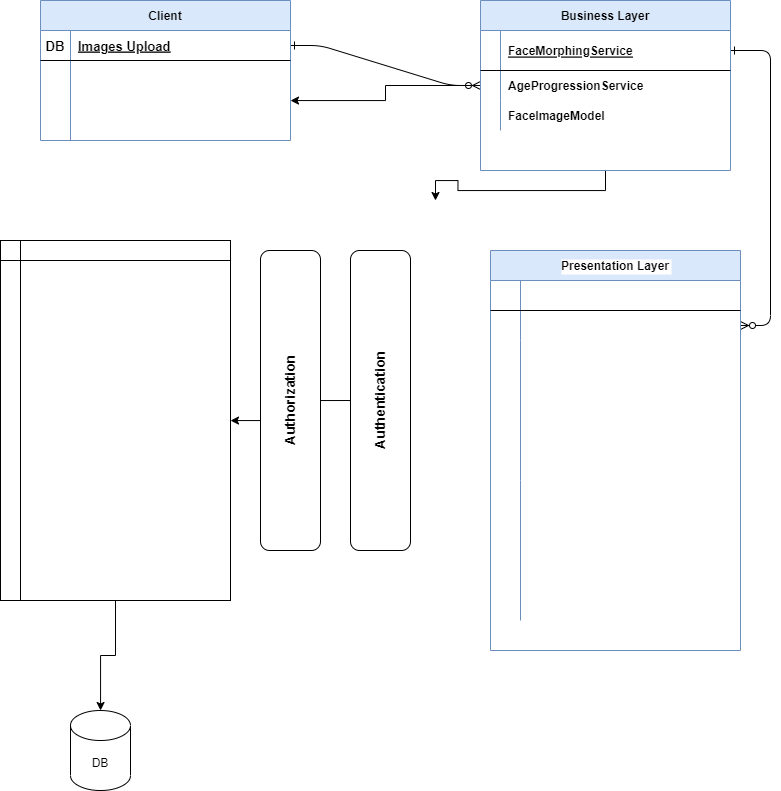
Before: Untitled Diagram.drawio.png, a diagram exported from draw.io (Abhishekc18/shiny-couscous). Source tidied: cells renumbered, new cells last; positions are measured from the earlier drawing's top-left corner, leaving out a move shared by most shapes.
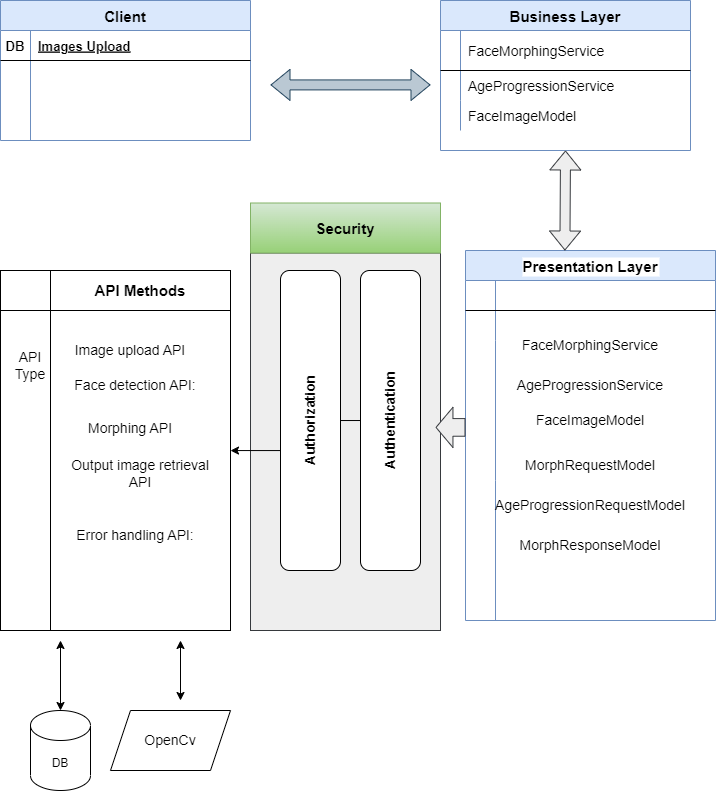
Later version of the same file.

Change to the diagram source:
```diff
@@ -2,22 +2,11 @@
   <root>
     <mxCell id="0" />
     <mxCell id="1" parent="0" />
-    <mxCell id="2" style="edgeStyle=entityRelationEdgeStyle;endArrow=ERzeroToMany;startArrow=ERone;endFill=1;startFill=0;" parent="1" edge="1" source="30" target="10">
-      <mxGeometry relative="1" as="geometry" />
-    </mxCell>
-    <mxCell id="3" style="edgeStyle=entityRelationEdgeStyle;endArrow=ERzeroToMany;startArrow=ERone;endFill=1;startFill=0;" parent="1" edge="1" source="7" target="20">
-      <mxGeometry relative="1" as="geometry" />
-    </mxCell>
-    <mxCell id="4" style="edgeStyle=orthogonalEdgeStyle;rounded=0;jettySize=auto;html=1;" parent="1" edge="1" source="6" target="33">
-      <mxGeometry relative="1" as="geometry" />
-    </mxCell>
-    <mxCell id="5" style="edgeStyle=orthogonalEdgeStyle;rounded=0;jettySize=auto;html=1;exitX=0.5;exitY=1;exitDx=0;exitDy=0;" parent="1" edge="1" source="6">
-      <mxGeometry relative="1" as="geometry">
-        <mxPoint x="435" y="200" as="targetPoint" />
-      </mxGeometry>
-    </mxCell>
+    <mxCell id="42" style="rounded=0;html=1;whiteSpace=wrap;fillColor=#eeeeee;strokeColor=#36393d;" parent="1" vertex="1">
+      <mxGeometry x="290" y="252.5" width="190" height="377.5" as="geometry" />
+    </mxCell>
-    <mxCell id="6" value="Business Layer" style="shape=table;startSize=30;rowLines=0;fontStyle=1;align=center;fillColor=#dae8fc;strokeColor=#6c8ebf;" parent="1" vertex="1">
-      <mxGeometry x="480" width="250" height="170" as="geometry" />
+    <mxCell id="6" value="Business Layer" style="shape=table;startSize=30;rowLines=0;fontStyle=1;align=center;fillColor=#dae8fc;strokeColor=#6c8ebf;fontSize=15;" parent="1" vertex="1">
+      <mxGeometry x="480" width="250" height="150" as="geometry" />
     </mxCell>
     <mxCell id="7" style="shape=partialRectangle;fillColor=none;points=[[0,0.5],[1,0.5]];portConstraint=eastwest;top=0;left=0;right=0;bottom=1;" parent="6" vertex="1">
       <mxGeometry y="30" width="250" height="40" as="geometry" />
@@ -25,7 +14,7 @@
     <mxCell id="8" style="shape=partialRectangle;overflow=hidden;fillColor=none;top=0;left=0;bottom=0;right=0;fontStyle=1;" parent="7" vertex="1">
       <mxGeometry width="20" height="40" as="geometry" />
     </mxCell>
-    <mxCell id="9" value="FaceMorphingService" style="shape=partialRectangle;overflow=hidden;fillColor=none;top=0;left=0;bottom=0;right=0;align=left;spacingLeft=6;fontStyle=5;" parent="7" vertex="1">
+    <mxCell id="9" value="FaceMorphingService" style="shape=partialRectangle;overflow=hidden;fillColor=none;top=0;left=0;bottom=0;right=0;align=left;spacingLeft=6;fontStyle=0;fontSize=14;" parent="7" vertex="1">
       <mxGeometry x="20" width="230" height="40" as="geometry" />
     </mxCell>
     <mxCell id="10" style="shape=partialRectangle;fillColor=none;points=[[0,0.5],[1,0.5]];portConstraint=eastwest;top=0;left=0;right=0;bottom=0;" parent="6" vertex="1">
@@ -34,7 +23,7 @@
     <mxCell id="11" style="shape=partialRectangle;overflow=hidden;fillColor=none;top=0;left=0;bottom=0;right=0;" parent="10" vertex="1">
       <mxGeometry width="20" height="30" as="geometry" />
     </mxCell>
-    <mxCell id="12" value="AgeProgressionService" style="shape=partialRectangle;overflow=hidden;fillColor=none;top=0;left=0;bottom=0;right=0;align=left;spacingLeft=6;fontStyle=1;" parent="10" vertex="1">
+    <mxCell id="12" value="AgeProgressionService" style="shape=partialRectangle;overflow=hidden;fillColor=none;top=0;left=0;bottom=0;right=0;align=left;spacingLeft=6;fontStyle=0;fontSize=14;" parent="10" vertex="1">
       <mxGeometry x="20" width="230" height="30" as="geometry" />
     </mxCell>
     <mxCell id="13" style="shape=partialRectangle;fillColor=none;top=0;left=0;right=0;bottom=0;" parent="6" vertex="1">
@@ -43,11 +32,11 @@
     <mxCell id="14" style="shape=partialRectangle;overflow=hidden;fillColor=none;top=0;left=0;bottom=0;right=0;" parent="13" vertex="1">
       <mxGeometry width="20" height="30" as="geometry" />
     </mxCell>
-    <mxCell id="15" value="FaceImageModel" style="shape=partialRectangle;overflow=hidden;fillColor=none;top=0;left=0;bottom=0;right=0;align=left;spacingLeft=6;fontStyle=1;" parent="13" vertex="1">
+    <mxCell id="15" value="FaceImageModel" style="shape=partialRectangle;overflow=hidden;fillColor=none;top=0;left=0;bottom=0;right=0;align=left;spacingLeft=6;fontStyle=0;fontSize=14;" parent="13" vertex="1">
       <mxGeometry x="20" width="230" height="30" as="geometry" />
     </mxCell>
-    <mxCell id="16" value="Presentation Layer" style="shape=table;startSize=30;rowLines=0;fontStyle=1;align=center;labelBackgroundColor=default;fillColor=#dae8fc;strokeColor=#6c8ebf;" parent="1" vertex="1">
-      <mxGeometry x="490" y="250" width="250" height="400" as="geometry" />
+    <mxCell id="16" value="Presentation Layer" style="shape=table;startSize=30;rowLines=0;fontStyle=1;align=center;labelBackgroundColor=default;fillColor=#dae8fc;strokeColor=#6c8ebf;fontSize=15;" parent="1" vertex="1">
+      <mxGeometry x="505" y="250" width="250" height="370" as="geometry" />
     </mxCell>
     <mxCell id="17" style="shape=partialRectangle;fillColor=none;top=0;left=0;right=0;bottom=1;" parent="16" vertex="1">
       <mxGeometry y="30" width="250" height="30" as="geometry" />
@@ -85,7 +74,7 @@
     <mxCell id="28" style="shape=partialRectangle;overflow=hidden;fillColor=none;top=0;left=0;bottom=0;right=0;align=left;spacingLeft=6;" parent="26" vertex="1">
       <mxGeometry x="30" width="220" height="140" as="geometry" />
     </mxCell>
-    <mxCell id="29" value="Client" style="shape=table;startSize=30;rowLines=0;fontStyle=1;align=center;fillColor=#dae8fc;strokeColor=#6c8ebf;" parent="1" vertex="1">
+    <mxCell id="29" value="Client" style="shape=table;startSize=30;rowLines=0;fontStyle=1;align=center;fillColor=#dae8fc;strokeColor=#6c8ebf;fontSize=15;" parent="1" vertex="1">
       <mxGeometry x="40" width="250" height="140" as="geometry" />
     </mxCell>
     <mxCell id="30" style="shape=partialRectangle;fillColor=none;points=[[0,0.5],[1,0.5]];portConstraint=eastwest;top=0;left=0;right=0;bottom=1;" parent="29" vertex="1">
@@ -113,16 +102,87 @@
       <mxGeometry relative="1" as="geometry" />
     </mxCell>
     <mxCell id="38" value="&lt;font style=&quot;font-size: 14px;&quot;&gt;&lt;b&gt;Authentication&lt;/b&gt;&lt;/font&gt;" style="rounded=1;whiteSpace=wrap;html=1;rotation=270;" parent="1" vertex="1">
-      <mxGeometry x="230" y="370" width="300" height="60" as="geometry" />
+      <mxGeometry x="280" y="390" width="300" height="60" as="geometry" />
     </mxCell>
     <mxCell id="39" value="&lt;font style=&quot;font-size: 14px;&quot;&gt;&lt;b&gt;Authorization&lt;/b&gt;&lt;/font&gt;" style="rounded=1;whiteSpace=wrap;html=1;rotation=270;" parent="1" vertex="1">
-      <mxGeometry x="140" y="370" width="300" height="60" as="geometry" />
+      <mxGeometry x="200" y="390" width="300" height="60" as="geometry" />
     </mxCell>
-    <mxCell id="40" style="edgeStyle=orthogonalEdgeStyle;rounded=0;jettySize=auto;html=1;" parent="1" edge="1" source="41" target="36">
-      <mxGeometry relative="1" as="geometry" />
-    </mxCell>
-    <mxCell id="41" style="shape=internalStorage;whiteSpace=wrap;html=1;backgroundOutline=1;" parent="1" vertex="1">
-      <mxGeometry y="240" width="230" height="360" as="geometry" />
+    <mxCell id="41" style="shape=internalStorage;whiteSpace=wrap;html=1;backgroundOutline=1;dx=50;dy=40;" parent="1" vertex="1">
+      <mxGeometry x="40" y="270" width="230" height="360" as="geometry" />
     </mxCell>
+    <mxCell id="43" style="shape=flexArrow;endArrow=classic;html=1;rounded=0;width=17.647058823529413;endSize=5.317647058823529;endWidth=21.591695501730104;fillColor=#eeeeee;strokeColor=#36393d;" parent="1" edge="1">
+      <mxGeometry relative="1" as="geometry">
+        <mxPoint x="505" y="426.9" as="sourcePoint" />
+        <mxPoint x="475" y="426.9" as="targetPoint" />
+      </mxGeometry>
+    </mxCell>
+    <mxCell id="44" value="Face detection API:" style="text;html=1;strokeColor=none;fillColor=none;align=center;verticalAlign=middle;whiteSpace=wrap;rounded=0;fontSize=14;" parent="1" vertex="1">
+      <mxGeometry x="100" y="370" width="150" height="30" as="geometry" />
+    </mxCell>
+    <mxCell id="45" value="&lt;font style=&quot;font-size: 14px;&quot;&gt;Image upload API&lt;/font&gt;" style="text;html=1;strokeColor=none;fillColor=none;align=center;verticalAlign=middle;whiteSpace=wrap;rounded=0;" parent="1" vertex="1">
+      <mxGeometry x="90" y="330" width="160" height="40" as="geometry" />
+    </mxCell>
+    <mxCell id="46" value="&lt;font style=&quot;font-size: 14px;&quot;&gt;Morphing API&lt;/font&gt;" style="text;html=1;strokeColor=none;fillColor=none;align=center;verticalAlign=middle;whiteSpace=wrap;rounded=0;" parent="1" vertex="1">
+      <mxGeometry x="100" y="405" width="140" height="45" as="geometry" />
+    </mxCell>
+    <mxCell id="47" value="&lt;font style=&quot;font-size: 14px;&quot;&gt;Output image retrieval API&lt;/font&gt;" style="text;html=1;strokeColor=none;fillColor=none;align=center;verticalAlign=middle;whiteSpace=wrap;rounded=0;" parent="1" vertex="1">
+      <mxGeometry x="100" y="455" width="160" height="35" as="geometry" />
+    </mxCell>
+    <mxCell id="48" value="&lt;font style=&quot;font-size: 14px;&quot;&gt;Error handling API:&lt;/font&gt;" style="text;html=1;strokeColor=none;fillColor=none;align=center;verticalAlign=middle;whiteSpace=wrap;rounded=0;" parent="1" vertex="1">
+      <mxGeometry x="90" y="520" width="170" height="30" as="geometry" />
+    </mxCell>
+    <mxCell id="49" style="shape=flexArrow;endArrow=classic;startArrow=classic;html=1;rounded=0;fillColor=#bac8d3;strokeColor=#23445d;" parent="1" edge="1">
+      <mxGeometry relative="1" as="geometry">
+        <mxPoint x="310" y="84.4" as="sourcePoint" />
+        <mxPoint x="470" y="84.4" as="targetPoint" />
+      </mxGeometry>
+    </mxCell>
+    <mxCell id="50" style="shape=flexArrow;endArrow=classic;startArrow=classic;html=1;rounded=0;entryX=0.5;entryY=1;entryDx=0;entryDy=0;fillColor=#eeeeee;strokeColor=#36393d;" parent="1" edge="1" target="6">
+      <mxGeometry relative="1" as="geometry">
+        <mxPoint x="604.4" y="250" as="sourcePoint" />
+      </mxGeometry>
+    </mxCell>
+    <mxCell id="51" value="&lt;b&gt;&lt;font style=&quot;font-size: 15px;&quot;&gt;API Methods&lt;/font&gt;&lt;/b&gt;" style="text;html=1;strokeColor=none;fillColor=none;align=center;verticalAlign=middle;whiteSpace=wrap;rounded=0;" parent="1" vertex="1">
+      <mxGeometry x="90" y="270" width="180" height="40" as="geometry" />
+    </mxCell>
+    <mxCell id="52" value="&lt;font style=&quot;font-size: 14px;&quot;&gt;API &lt;br&gt;Type&lt;/font&gt;" style="text;html=1;strokeColor=none;fillColor=none;align=center;verticalAlign=middle;whiteSpace=wrap;rounded=0;" parent="1" vertex="1">
+      <mxGeometry x="40" y="340" width="60" height="50" as="geometry" />
+    </mxCell>
+    <mxCell id="53" value="&lt;font style=&quot;font-size: 14px;&quot;&gt;FaceMorphingService&lt;/font&gt;" style="text;html=1;strokeColor=none;fillColor=none;align=center;verticalAlign=middle;whiteSpace=wrap;rounded=0;" parent="1" vertex="1">
+      <mxGeometry x="530" y="330" width="200" height="30" as="geometry" />
+    </mxCell>
+    <mxCell id="54" value="&lt;font style=&quot;font-size: 14px;&quot;&gt;MorphResponseModel&lt;/font&gt;" style="text;html=1;strokeColor=none;fillColor=none;align=center;verticalAlign=middle;whiteSpace=wrap;rounded=0;" parent="1" vertex="1">
+      <mxGeometry x="520" y="530" width="220" height="30" as="geometry" />
+    </mxCell>
+    <mxCell id="55" value="&lt;font style=&quot;font-size: 14px;&quot;&gt;AgeProgressionRequestModel&lt;/font&gt;" style="text;html=1;strokeColor=none;fillColor=none;align=center;verticalAlign=middle;whiteSpace=wrap;rounded=0;" parent="1" vertex="1">
+      <mxGeometry x="520" y="490" width="220" height="30" as="geometry" />
+    </mxCell>
+    <mxCell id="56" value="&lt;font style=&quot;font-size: 14px;&quot;&gt;MorphRequestModel&lt;/font&gt;" style="text;html=1;strokeColor=none;fillColor=none;align=center;verticalAlign=middle;whiteSpace=wrap;rounded=0;" parent="1" vertex="1">
+      <mxGeometry x="520" y="450" width="220" height="30" as="geometry" />
+    </mxCell>
+    <mxCell id="57" value="&lt;font style=&quot;font-size: 14px;&quot;&gt;FaceImageModel&lt;/font&gt;" style="text;html=1;strokeColor=none;fillColor=none;align=center;verticalAlign=middle;whiteSpace=wrap;rounded=0;" parent="1" vertex="1">
+      <mxGeometry x="530" y="405" width="200" height="30" as="geometry" />
+    </mxCell>
+    <mxCell id="58" value="&lt;font style=&quot;font-size: 14px;&quot;&gt;AgeProgressionService&lt;/font&gt;" style="text;html=1;strokeColor=none;fillColor=none;align=center;verticalAlign=middle;whiteSpace=wrap;rounded=0;" parent="1" vertex="1">
+      <mxGeometry x="530" y="370" width="200" height="30" as="geometry" />
+    </mxCell>
+    <mxCell id="59" value="&lt;b&gt;&lt;font style=&quot;font-size: 15px;&quot;&gt;Security&lt;/font&gt;&lt;/b&gt;" style="text;html=1;strokeColor=#82b366;fillColor=#d5e8d4;align=center;verticalAlign=middle;whiteSpace=wrap;rounded=0;gradientColor=#97d077;" parent="1" vertex="1">
+      <mxGeometry x="290" y="202.5" width="190" height="50" as="geometry" />
+    </mxCell>
+    <mxCell id="60" value="&lt;font style=&quot;font-size: 14px;&quot;&gt;OpenCv&lt;/font&gt;" style="shape=parallelogram;perimeter=parallelogramPerimeter;whiteSpace=wrap;html=1;fixedSize=1;" parent="1" vertex="1">
+      <mxGeometry x="150" y="710" width="120" height="60" as="geometry" />
+    </mxCell>
+    <mxCell id="61" style="endArrow=classic;startArrow=classic;html=1;rounded=0;" parent="1" edge="1">
+      <mxGeometry relative="1" as="geometry">
+        <mxPoint x="220" y="700" as="sourcePoint" />
+        <mxPoint x="220" y="640" as="targetPoint" />
+      </mxGeometry>
+    </mxCell>
+    <mxCell id="62" style="endArrow=classic;startArrow=classic;html=1;rounded=0;" parent="1" edge="1">
+      <mxGeometry relative="1" as="geometry">
+        <mxPoint x="100" y="710" as="sourcePoint" />
+        <mxPoint x="100" y="640" as="targetPoint" />
+      </mxGeometry>
+    </mxCell>
   </root>
 </mxGraphModel>
```
